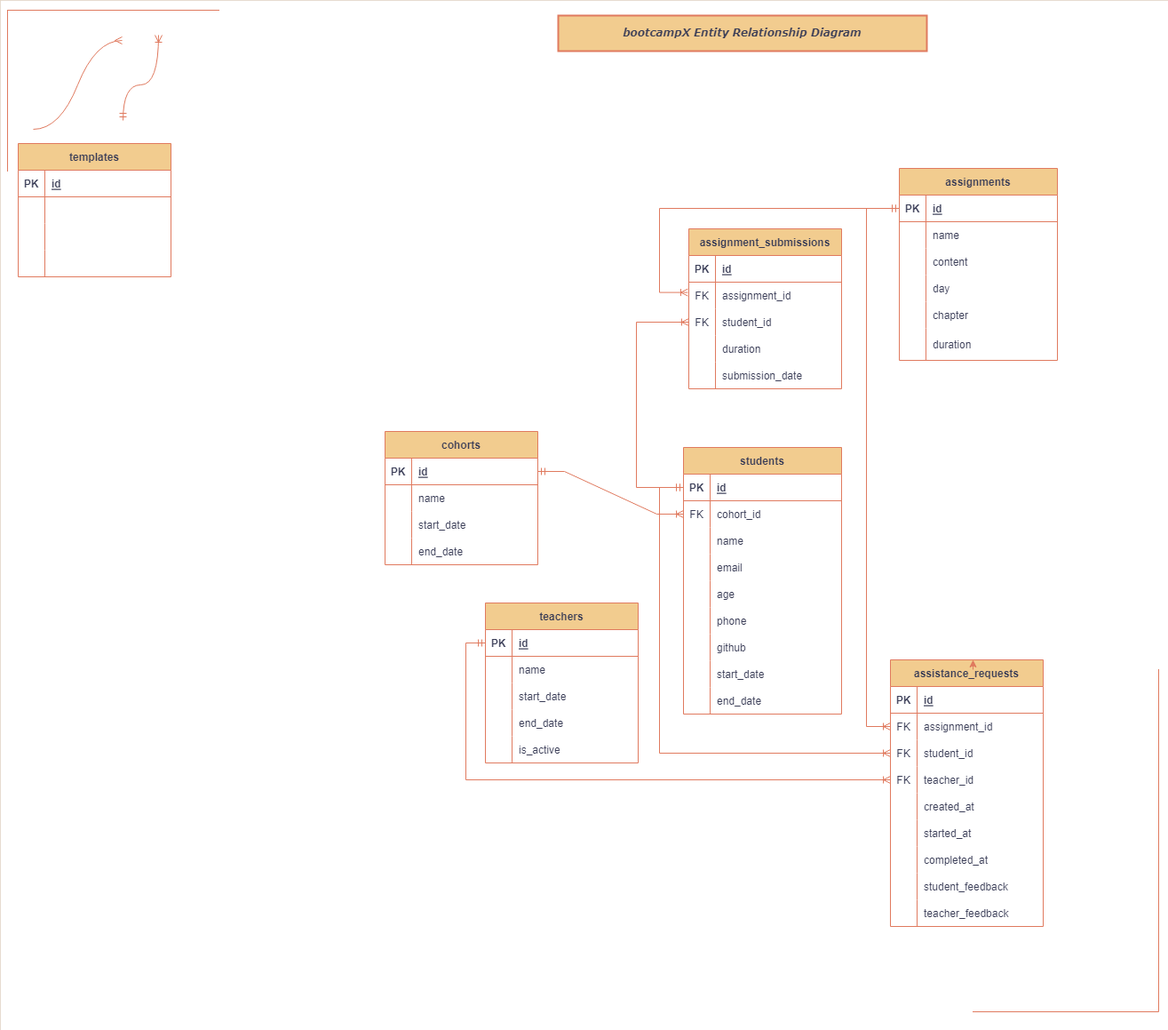
Above: bootcampXErd.drawio.png in sachieko/bootcampX (draw.io), before the change. Source tidied: cells renumbered, new cells last; positions are measured from the earlier drawing's top-left corner, leaving out a move shared by most shapes.
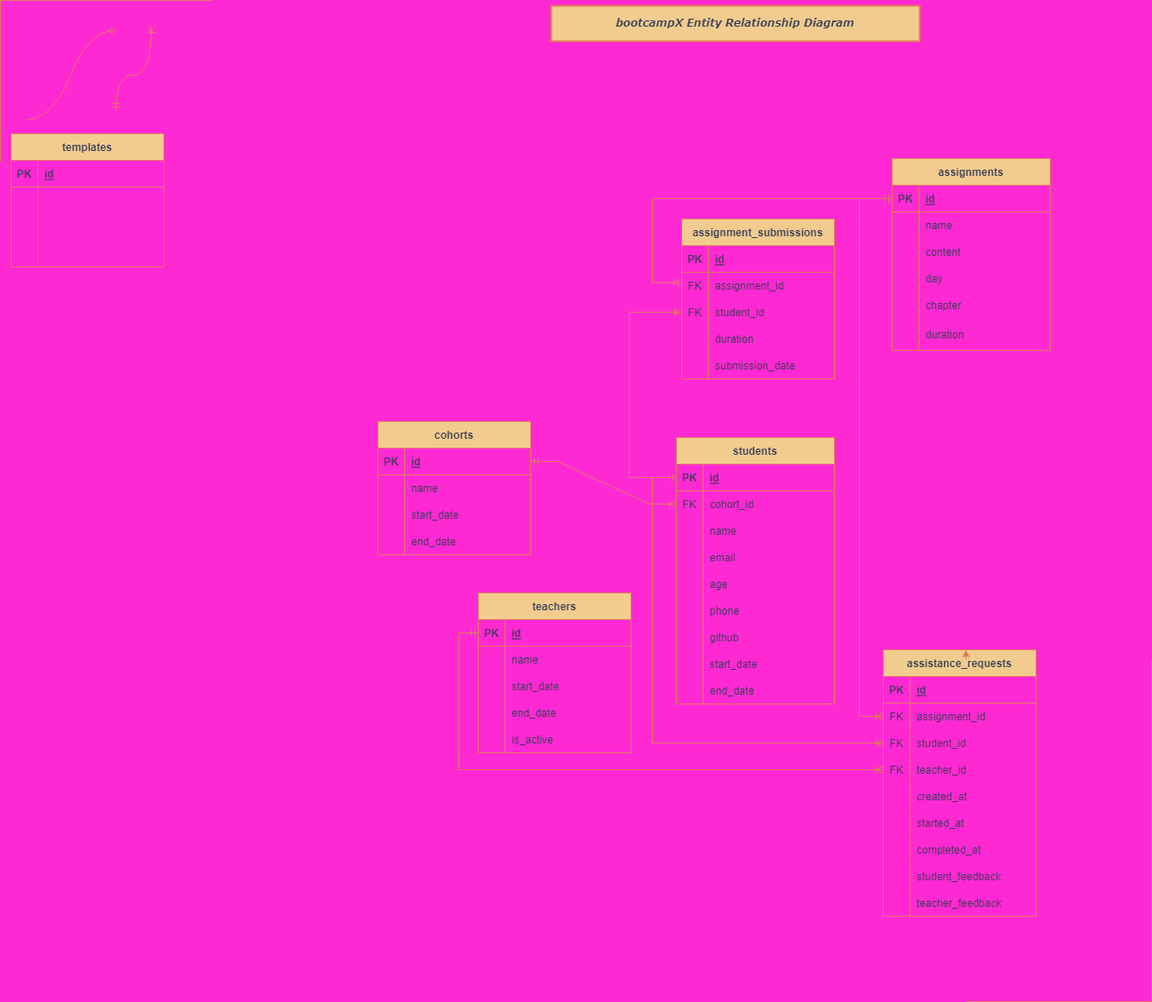
After the commit.

What changed in the source:
```diff
@@ -1,10 +1,7 @@
-<mxGraphModel background="#FFE6CC">
+<mxGraphModel background="#FF29D4">
   <root>
     <mxCell id="0" />
     <mxCell id="1" parent="0" />
-    <mxCell id="2" style="verticalLabelPosition=bottom;verticalAlign=top;html=1;shape=mxgraph.basic.rect;fillColor2=none;strokeWidth=0;size=20;indent=5;fillStyle=solid;fillColor=#FFFFFF;" parent="1" vertex="1">
-      <mxGeometry width="1315" height="1159" as="geometry" />
-    </mxCell>
     <mxCell id="3" value="templates" style="shape=table;startSize=30;rowLines=0;fontStyle=1;align=center;fillColor=#F2CC8F;strokeColor=#E07A5F;fontColor=#393C56;" parent="1" vertex="1">
       <mxGeometry x="20" y="161" width="172" height="150" as="geometry" />
     </mxCell>
```
